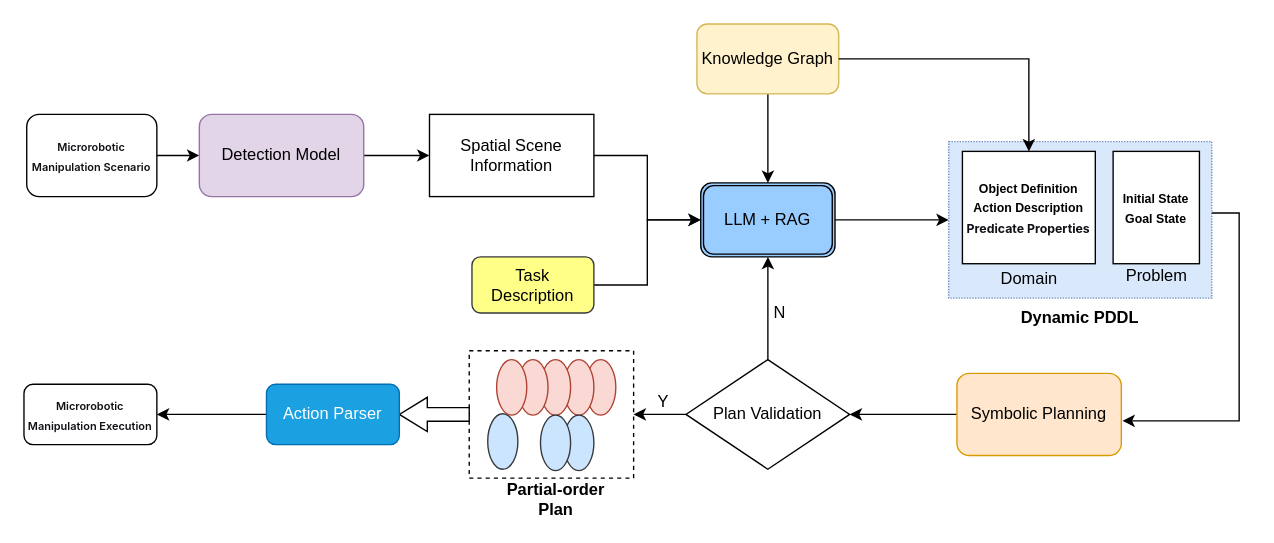
This is pipeline.drawio from Song-ling-wei/Song-ling-wei, a draw.io file, before an edit. Source tidied: cells renumbered, new cells numbered last; positions are measured from the earlier drawing's top-left corner, leaving out a move shared by most shapes. Both pictures are drawn from the tidied source at 137%, with x=0, y=0 at pixel (23, 23).
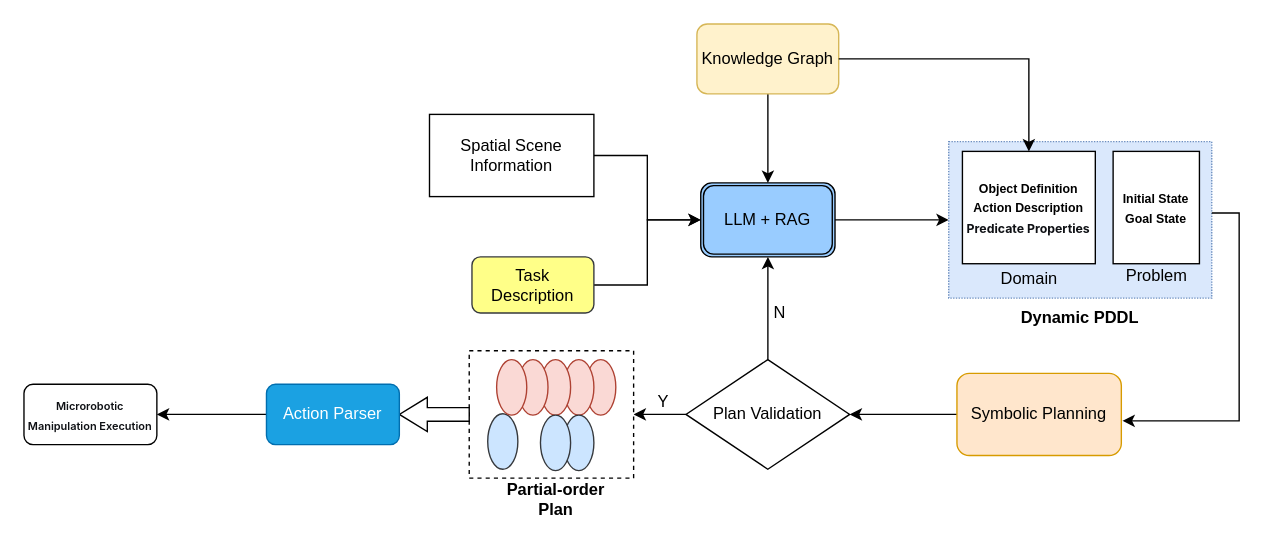
The same page after the edit.

Diff of the diagram source:
```diff
@@
-    <mxCell id="2" style="edgeStyle=orthogonalEdgeStyle;rounded=0;jettySize=auto;html=1;" parent="1" edge="1" source="3" target="5">
-      <mxGeometry relative="1" as="geometry" />
-    </mxCell>
-    <mxCell id="3" value="&lt;span style=&quot;font-weight: 600; color: rgb(15, 17, 21); font-family: quote-cjk-patch, Inter, system-ui, -apple-system, BlinkMacSystemFont, &amp;quot;Segoe UI&amp;quot;, Roboto, Oxygen, Ubuntu, Cantarell, &amp;quot;Open Sans&amp;quot;, &amp;quot;Helvetica Neue&amp;quot;, sans-serif; text-align: start; background-color: rgb(255, 255, 255);&quot;&gt;&lt;font style=&quot;font-size: 8px;&quot;&gt;Microrobotic Manipulation Scenario&lt;/font&gt;&lt;/span&gt;" style="rounded=1;whiteSpace=wrap;html=1;" parent="1" vertex="1">
-      <mxGeometry x="2" y="66" width="95" height="60" as="geometry" />
-    </mxCell>
-    <mxCell id="4" style="edgeStyle=orthogonalEdgeStyle;rounded=0;jettySize=auto;html=1;exitX=1;exitY=0.5;exitDx=0;exitDy=0;" parent="1" edge="1" source="5">
-      <mxGeometry relative="1" as="geometry">
-        <mxPoint x="296" y="96" as="targetPoint" />
-      </mxGeometry>
-    </mxCell>
-    <mxCell id="5" value="Detection Model" style="rounded=1;whiteSpace=wrap;html=1;fillColor=#e1d5e7;strokeColor=#9673a6;" parent="1" vertex="1">
-      <mxGeometry x="128" y="66" width="120" height="60" as="geometry" />
-    </mxCell>
```
